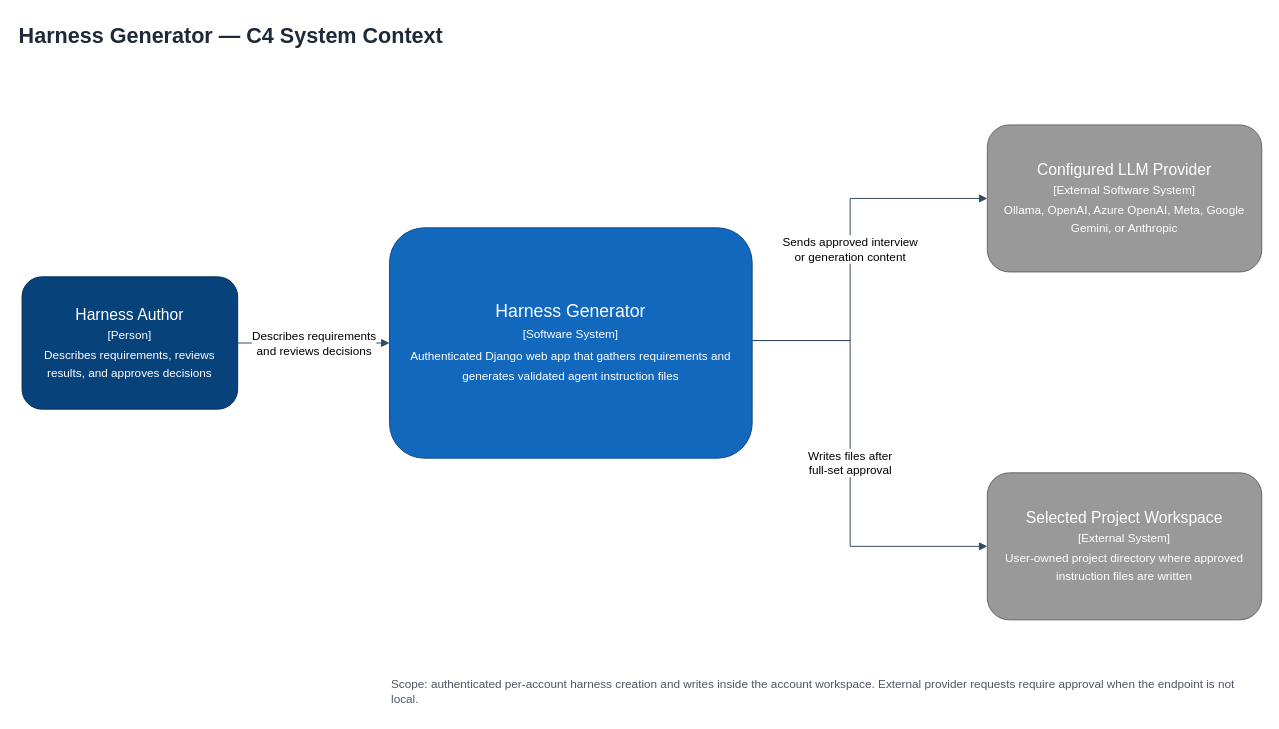
eduardmelnychenko/harness-gen keeps this draw.io diagram as docs/diagrams/c4-context.drawio. Above is the earlier version. Source tidied: cells renumbered, new cells numbered last; positions are measured from the earlier drawing's top-left corner, leaving out a move shared by most shapes. Both pictures are drawn from the tidied source at 98%, with x=0, y=0 at pixel (17, 17).
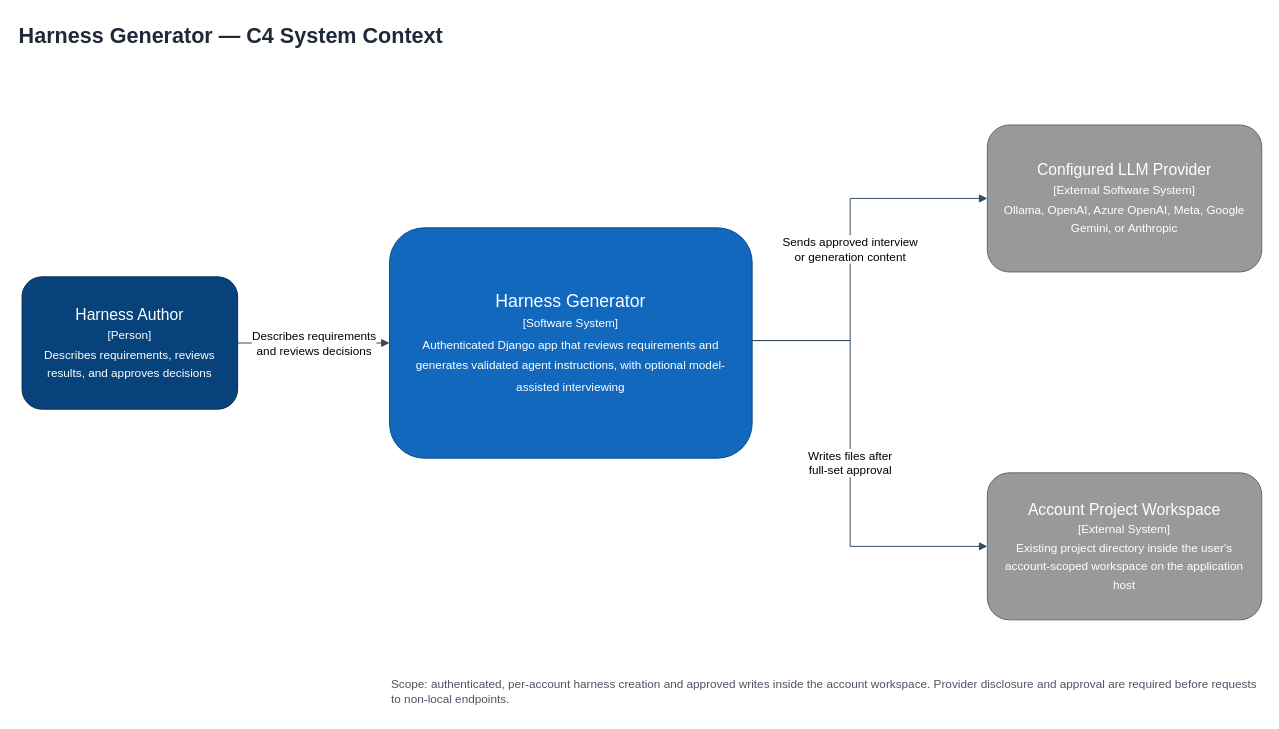
The same page after the edit.

What changed in the source:
```diff
@@
 <mxGraphModel>
   <root>
     <mxCell id="0" />
     <mxCell id="1" parent="0" />
     <mxCell id="2" value="Harness Generator — C4 System Context" style="text;html=1;align=left;verticalAlign=middle;whiteSpace=wrap;rounded=0;fontSize=22;fontStyle=1;fontColor=#1f2937;" parent="1" vertex="1">
       <mxGeometry width="900" height="40" as="geometry" />
     </mxCell>
     <mxCell id="3" value="Harness Author&lt;br&gt;&lt;font style=&quot;font-size:12px&quot;&gt;[Person]&lt;br&gt;Describes requirements, reviews results, and approves decisions&lt;/font&gt;" style="rounded=1;whiteSpace=wrap;html=1;fillColor=#08427b;fontColor=#ffffff;strokeColor=#052e56;fontSize=16;align=center;verticalAlign=middle;spacing=10;" parent="1" vertex="1">
       <mxGeometry x="5" y="265" width="220" height="135" as="geometry" />
     </mxCell>
-    <mxCell id="4" value="Harness Generator&lt;br&gt;&lt;font style=&quot;font-size:12px&quot;&gt;[Software System]&lt;br&gt;Authenticated Django web app that gathers requirements and generates validated agent instruction files&lt;/font&gt;" style="rounded=1;whiteSpace=wrap;html=1;fillColor=#1168bd;fontColor=#ffffff;strokeColor=#0b4884;fontSize=18;align=center;verticalAlign=middle;spacing=12;" parent="1" vertex="1">
+    <mxCell id="4" value="Harness Generator&lt;br&gt;&lt;font style=&quot;font-size:12px&quot;&gt;[Software System]&lt;br&gt;Authenticated Django app that reviews requirements and generates validated agent instructions, with optional model-assisted interviewing&lt;/font&gt;" style="rounded=1;whiteSpace=wrap;html=1;fillColor=#1168bd;fontColor=#ffffff;strokeColor=#0b4884;fontSize=18;align=center;verticalAlign=middle;spacing=12;" parent="1" vertex="1">
       <mxGeometry x="380" y="215" width="370" height="235" as="geometry" />
     </mxCell>
     <mxCell id="5" value="Configured LLM Provider&lt;br&gt;&lt;font style=&quot;font-size:12px&quot;&gt;[External Software System]&lt;br&gt;Ollama, OpenAI, Azure OpenAI, Meta, Google Gemini, or Anthropic&lt;/font&gt;" style="rounded=1;whiteSpace=wrap;html=1;fillColor=#999999;fontColor=#ffffff;strokeColor=#666666;fontSize=16;align=center;verticalAlign=middle;spacing=10;" parent="1" vertex="1">
       <mxGeometry x="990" y="110" width="280" height="150" as="geometry" />
     </mxCell>
-    <mxCell id="6" value="Selected Project Workspace&lt;br&gt;&lt;font style=&quot;font-size:12px&quot;&gt;[External System]&lt;br&gt;User-owned project directory where approved instruction files are written&lt;/font&gt;" style="rounded=1;whiteSpace=wrap;html=1;fillColor=#999999;fontColor=#ffffff;strokeColor=#666666;fontSize=16;align=center;verticalAlign=middle;spacing=10;" parent="1" vertex="1">
+    <mxCell id="6" value="Account Project Workspace&lt;br&gt;&lt;font style=&quot;font-size:12px&quot;&gt;[External System]&lt;br&gt;Existing project directory inside the user's account-scoped workspace on the application host&lt;/font&gt;" style="rounded=1;whiteSpace=wrap;html=1;fillColor=#999999;fontColor=#ffffff;strokeColor=#666666;fontSize=16;align=center;verticalAlign=middle;spacing=10;" parent="1" vertex="1">
       <mxGeometry x="990" y="465" width="280" height="150" as="geometry" />
     </mxCell>
     <mxCell id="7" value="Describes requirements&lt;br&gt;and reviews decisions" style="edgeStyle=orthogonalEdgeStyle;rounded=0;jettySize=auto;html=1;endArrow=block;endFill=1;strokeColor=#34495e;fontSize=12;labelBackgroundColor=#ffffff;" parent="1" edge="1" source="3" target="4">
       <mxGeometry relative="1" as="geometry" />
     </mxCell>
     <mxCell id="8" value="Sends approved interview&lt;br&gt;or generation content" style="edgeStyle=orthogonalEdgeStyle;rounded=0;jettySize=auto;html=1;endArrow=block;endFill=1;strokeColor=#34495e;fontSize=12;labelBackgroundColor=#ffffff;" parent="1" edge="1" source="4" target="5">
       <mxGeometry relative="1" as="geometry">
         <Array as="points">
           <mxPoint x="850" y="330" />
           <mxPoint x="850" y="185" />
         </Array>
       </mxGeometry>
     </mxCell>
     <mxCell id="9" value="Writes files after&lt;br&gt;full-set approval" style="edgeStyle=orthogonalEdgeStyle;rounded=0;jettySize=auto;html=1;endArrow=block;endFill=1;strokeColor=#34495e;fontSize=12;labelBackgroundColor=#ffffff;" parent="1" edge="1" source="4" target="6">
       <mxGeometry relative="1" as="geometry">
         <Array as="points">
           <mxPoint x="850" y="330" />
           <mxPoint x="850" y="540" />
         </Array>
       </mxGeometry>
     </mxCell>
-    <mxCell id="10" value="Scope: authenticated per-account harness creation and writes inside the account workspace. External provider requests require approval when the endpoint is not local." style="text;html=1;align=left;verticalAlign=middle;whiteSpace=wrap;rounded=0;fontSize=12;fontColor=#4b5563;" parent="1" vertex="1">
+    <mxCell id="10" value="Scope: authenticated, per-account harness creation and approved writes inside the account workspace. Provider disclosure and approval are required before requests to non-local endpoints." style="text;html=1;align=left;verticalAlign=middle;whiteSpace=wrap;rounded=0;fontSize=12;fontColor=#4b5563;" parent="1" vertex="1">
       <mxGeometry x="380" y="665" width="890" height="45" as="geometry" />
     </mxCell>
   </root>
 </mxGraphModel>
```
